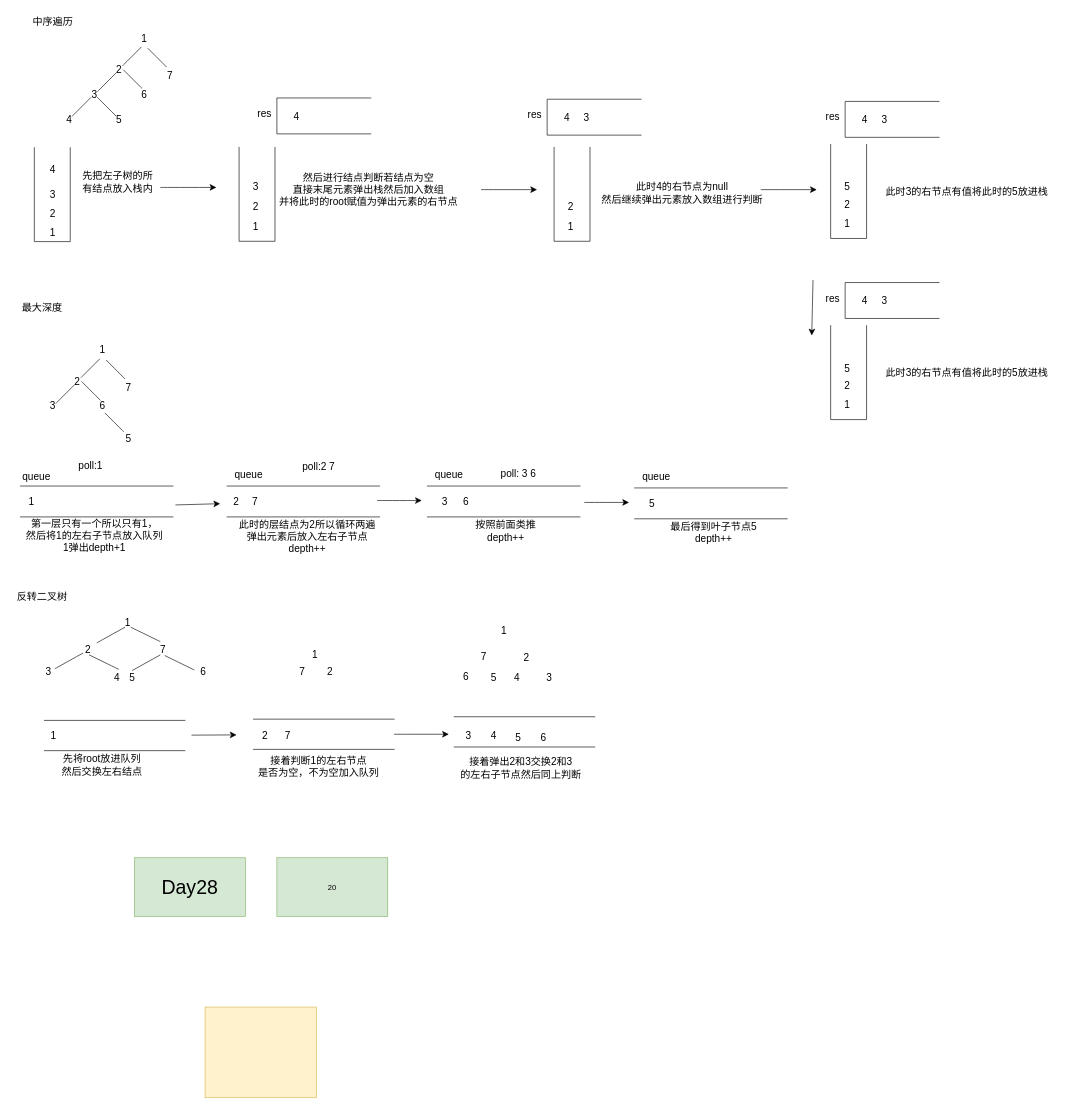
Above: leetcode/leetcode.drawio in mianbaosao/drawio (draw.io), before the change. Source tidied: cells renumbered, new cells numbered last; positions are measured from the earlier drawing's top-left corner, leaving out a move shared by most shapes. Both pictures are drawn from the tidied source at 63%, with x=0, y=0 at pixel (10, 11).
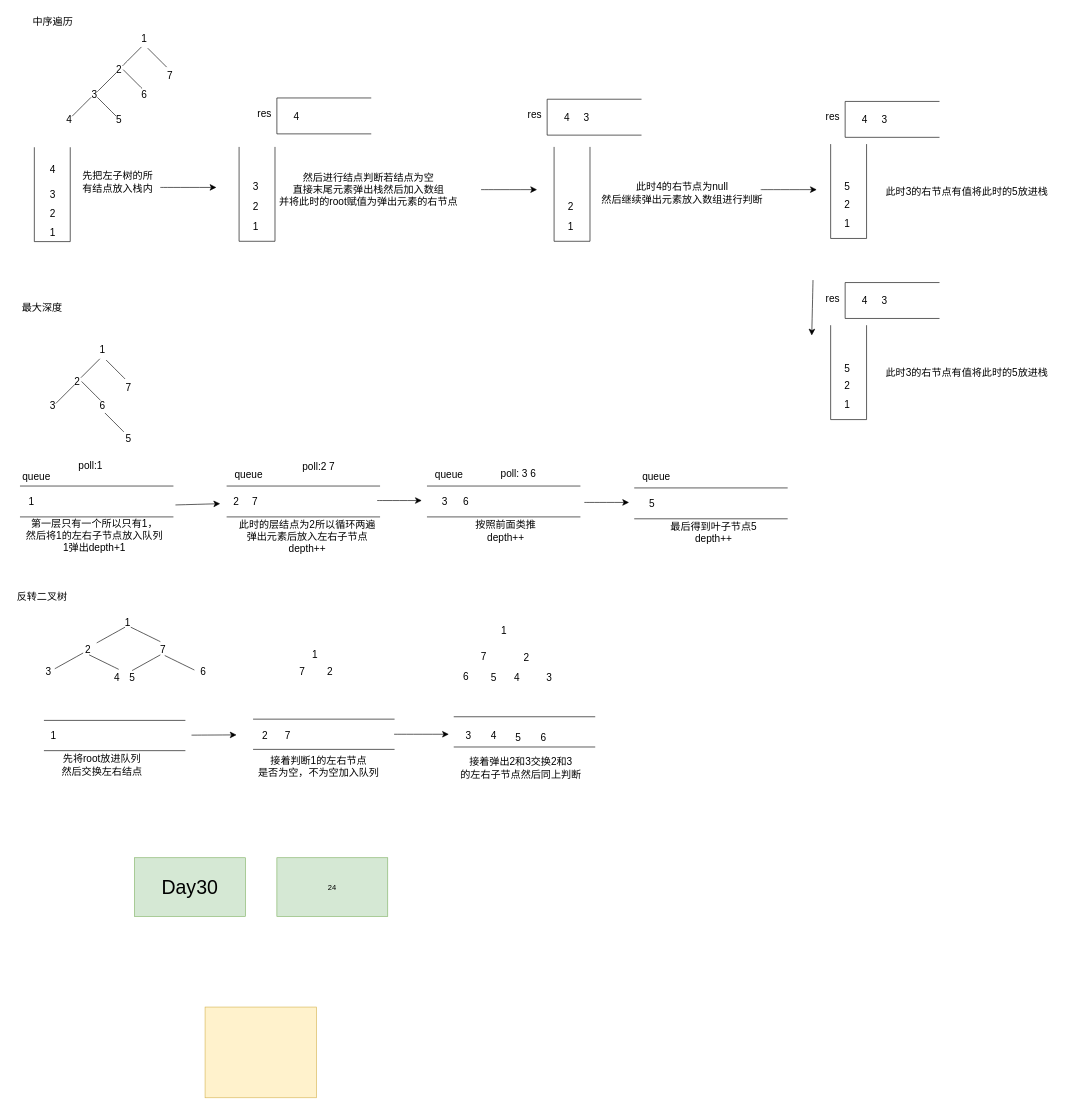
After the change.

Diff of the diagram source:
```diff
@@
-    <mxCell id="135" value="&lt;font style=&quot;font-size: 31px;&quot;&gt;Day28&lt;/font&gt;" style="rounded=0;whiteSpace=wrap;html=1;fillColor=#d5e8d4;strokeColor=#82b366;" parent="1" vertex="1">
+    <mxCell id="135" value="&lt;font style=&quot;font-size: 31px;&quot;&gt;Day30&lt;/font&gt;" style="rounded=0;whiteSpace=wrap;html=1;fillColor=#d5e8d4;strokeColor=#82b366;" parent="1" vertex="1">
       <mxGeometry x="197" y="1344" width="176" height="93" as="geometry" />
     </mxCell>
-    <mxCell id="136" value="20" style="rounded=0;whiteSpace=wrap;html=1;fillColor=#d5e8d4;strokeColor=#82b366;" parent="1" vertex="1">
+    <mxCell id="136" value="24" style="rounded=0;whiteSpace=wrap;html=1;fillColor=#d5e8d4;strokeColor=#82b366;" parent="1" vertex="1">
       <mxGeometry x="423" y="1344" width="176" height="93" as="geometry" />
     </mxCell>
```
